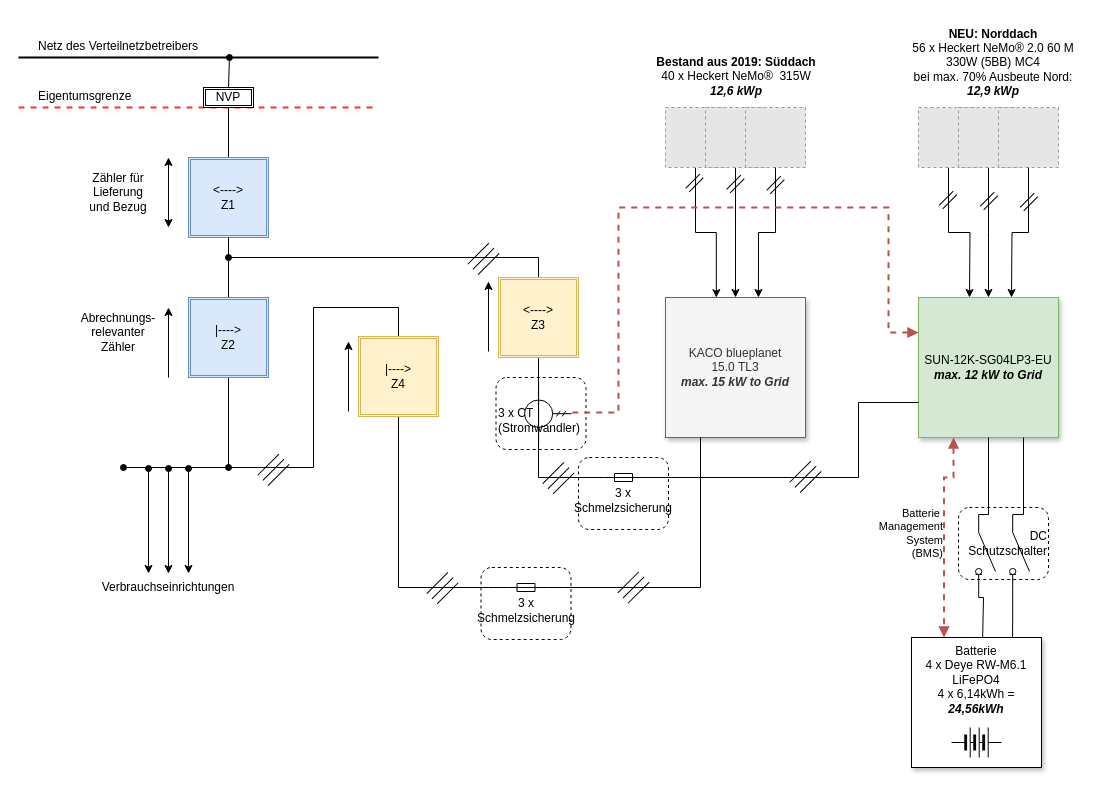
Before: page "MK40" (2 of 2) of planung/images/pv-autark.drawio in rainerth/energetischesanierung, a draw.io diagram. Source tidied: cells renumbered, new cells numbered last; positions are measured from the earlier drawing's top-left corner, leaving out a move shared by most shapes. Both pictures are drawn from the tidied source at 100%, with x=0, y=0 at pixel (88, -123). Pictures stored in the file or linked from it are replaced by grey dashed boxes.
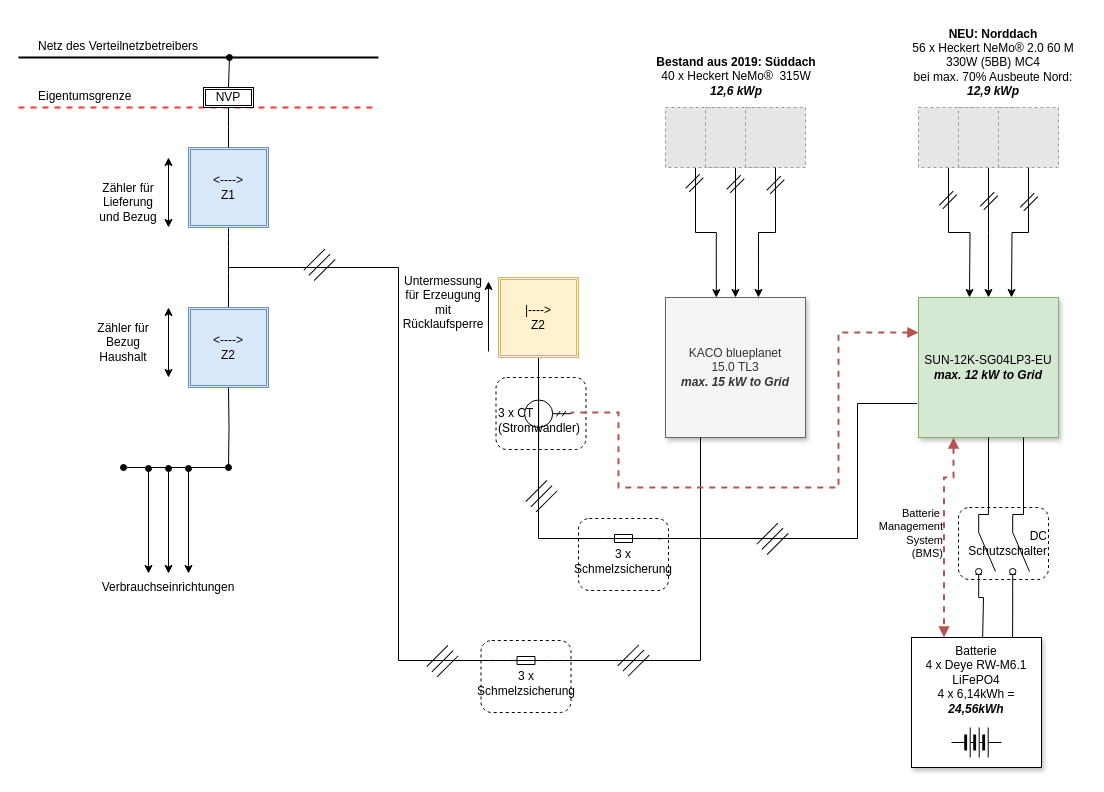
After the change.

The change refers to these unchanged cells:
```xml
<mxCell id="36" value="&lt;div&gt;SUN-12K-SG04LP3-EU&lt;/div&gt;&lt;div&gt;&lt;i&gt;&lt;b&gt;max. 12 kW to Grid &lt;/b&gt;&lt;/i&gt;&lt;br&gt;&lt;/div&gt;" style="whiteSpace=wrap;html=1;shadow=1;fillColor=#d5e8d4;strokeColor=#82b366;" parent="34" vertex="1">
  <mxGeometry x="830" y="420" width="140" height="140" as="geometry" />
</mxCell>
<mxCell id="54" style="verticalLabelPosition=bottom;shadow=0;dashed=0;align=center;html=1;verticalAlign=top;shape=mxgraph.electrical.inductors.current_transformer_2;direction=east;" parent="34" vertex="1">
  <mxGeometry x="436" y="504.2" width="47" height="64" as="geometry" />
</mxCell>
```

The edit, as a diff of the source:
```diff
@@
+    <mxCell id="79" value="Zähler für Lieferung und Bezug" style="text;html=1;align=center;verticalAlign=middle;whiteSpace=wrap;rounded=0;" parent="1" vertex="1">
+      <mxGeometry x="10" y="310" width="60" height="30" as="geometry" />
+    </mxCell>
+    <mxCell id="80" value="Zähler für Bezug Haushalt" style="text;html=1;align=center;verticalAlign=middle;whiteSpace=wrap;rounded=0;" parent="1" vertex="1">
+      <mxGeometry y="440" width="70" height="50" as="geometry" />
+    </mxCell>
+    <mxCell id="81" style="edgeStyle=none;curved=1;rounded=0;jettySize=auto;html=1;exitX=0.5;exitY=1;exitDx=0;exitDy=0;fontSize=12;startSize=8;endSize=8;endArrow=none;endFill=0;" parent="1" edge="1" source="82" target="58">
+      <mxGeometry relative="1" as="geometry" />
+    </mxCell>
+    <mxCell id="82" value="&lt;div&gt;&amp;lt;----&amp;gt;&lt;br&gt;&lt;/div&gt;&lt;div&gt;Z1&lt;/div&gt;" style="shape=ext;double=1;whiteSpace=wrap;html=1;fillColor=#dae8fc;strokeColor=#6c8ebf;" parent="1" vertex="1">
+      <mxGeometry x="100" y="270" width="80" height="80" as="geometry" />
+    </mxCell>
+    <mxCell id="83" style="endArrow=classic;startArrow=classic;html=1;rounded=0;" parent="1" edge="1">
+      <mxGeometry relative="1" as="geometry">
+        <mxPoint x="80" y="500" as="sourcePoint" />
+        <mxPoint x="80" y="430" as="targetPoint" />
+      </mxGeometry>
+    </mxCell>
@@
-    <mxCell id="7" value="Zähler für Lieferung und Bezug" style="text;html=1;align=center;verticalAlign=middle;whiteSpace=wrap;rounded=0;" parent="6" vertex="1">
-      <mxGeometry y="300" width="60" height="30" as="geometry" />
+    <mxCell id="7" value="Untermessung für Erzeugung mit Rücklaufsperre" style="text;html=1;align=center;verticalAlign=middle;whiteSpace=wrap;rounded=0;" parent="6" vertex="1">
+      <mxGeometry x="320" y="400" width="70" height="50" as="geometry" />
     </mxCell>
-    <mxCell id="8" value="Abrechnungs-relevanter Zähler" style="text;html=1;align=center;verticalAlign=middle;whiteSpace=wrap;rounded=0;" parent="6" vertex="1">
-      <mxGeometry y="440" width="60" height="30" as="geometry" />
-    </mxCell>
@@
     <mxCell id="10" value="&lt;div&gt;&lt;br&gt;&lt;/div&gt;&lt;div&gt;3 x Schmelzsicherung&lt;/div&gt;" style="rounded=1;whiteSpace=wrap;html=1;dashed=1;" parent="9" vertex="1">
-      <mxGeometry x="392.5" y="690" width="90" height="72" as="geometry" />
+      <mxGeometry x="392.5" y="763" width="90" height="72" as="geometry" />
     </mxCell>
@@
     <mxCell id="12" style="edgeStyle=orthogonalEdgeStyle;rounded=0;jettySize=auto;html=1;exitX=0.25;exitY=1;exitDx=0;exitDy=0;entryX=1;entryY=0.8;entryDx=0;entryDy=0;endArrow=none;endFill=0;" parent="9" edge="1" target="19">
       <mxGeometry relative="1" as="geometry">
         <mxPoint x="612" y="560" as="sourcePoint" />
         <Array as="points">
-          <mxPoint x="612" y="710" />
-          <mxPoint x="475" y="710" />
+          <mxPoint x="612" y="783" />
         </Array>
       </mxGeometry>
     </mxCell>
-    <mxCell id="13" style="edgeStyle=orthogonalEdgeStyle;rounded=0;jettySize=auto;html=1;exitX=0.5;exitY=0;exitDx=0;exitDy=0;entryX=0.5;entryY=1;entryDx=0;entryDy=0;endArrow=none;endFill=0;" parent="9" edge="1" source="63">
-      <mxGeometry relative="1" as="geometry">
-        <mxPoint x="140" y="500" as="targetPoint" />
-        <Array as="points">
-          <mxPoint x="310" y="430" />
-          <mxPoint x="225" y="430" />
-          <mxPoint x="225" y="590" />
-          <mxPoint x="140" y="590" />
-        </Array>
-      </mxGeometry>
-    </mxCell>
@@
     <mxCell id="19" style="html=1;shape=mxgraph.electrical.electro-mechanical.fuse2;elSwitchState=on;" parent="9" vertex="1">
-      <mxGeometry x="400" y="694" width="75" height="20" as="geometry" />
+      <mxGeometry x="400" y="767" width="75" height="20" as="geometry" />
     </mxCell>
-    <mxCell id="20" style="edgeStyle=orthogonalEdgeStyle;rounded=0;jettySize=auto;html=1;exitX=0.5;exitY=1;exitDx=0;exitDy=0;entryX=0;entryY=0.8;entryDx=0;entryDy=0;endArrow=none;endFill=0;" parent="9" edge="1" source="63" target="19">
+    <mxCell id="20" style="edgeStyle=orthogonalEdgeStyle;rounded=0;jettySize=auto;html=1;entryX=0;entryY=0.8;entryDx=0;entryDy=0;endArrow=none;endFill=0;" parent="9" edge="1" target="19">
       <mxGeometry relative="1" as="geometry">
+        <mxPoint x="140" y="390" as="sourcePoint" />
         <Array as="points">
-          <mxPoint x="310" y="710" />
-          <mxPoint x="400" y="710" />
+          <mxPoint x="310" y="783" />
         </Array>
       </mxGeometry>
     </mxCell>
     <mxCell id="21" style="verticalLabelPosition=bottom;shadow=0;dashed=0;align=center;html=1;verticalAlign=top;shape=mxgraph.electrical.transmission.3_line_bus;rotation=-45;" parent="9" vertex="1">
-      <mxGeometry x="530" y="702.7" width="30" height="14.6" as="geometry" />
+      <mxGeometry x="530" y="775.7" width="30" height="14.6" as="geometry" />
     </mxCell>
     <mxCell id="22" style="verticalLabelPosition=bottom;shadow=0;dashed=0;align=center;html=1;verticalAlign=top;shape=mxgraph.electrical.transmission.3_line_bus;rotation=-45;" parent="9" vertex="1">
-      <mxGeometry x="339" y="703.4" width="30" height="14.6" as="geometry" />
+      <mxGeometry x="339" y="776.4" width="30" height="14.6" as="geometry" />
     </mxCell>
     <mxCell id="23" style="verticalLabelPosition=bottom;shadow=0;dashed=0;align=center;html=1;verticalAlign=top;shape=mxgraph.electrical.transmission.3_line_bus;rotation=-45;" parent="9" vertex="1">
-      <mxGeometry x="170" y="585" width="30" height="14.6" as="geometry" />
+      <mxGeometry x="216" y="380" width="30" height="14.6" as="geometry" />
     </mxCell>
@@
     <mxCell id="47" value="&lt;div&gt;&lt;br&gt;&lt;/div&gt;&lt;div&gt;3 x Schmelzsicherung&lt;/div&gt;" style="rounded=1;whiteSpace=wrap;html=1;dashed=1;" parent="34" vertex="1">
-      <mxGeometry x="490" y="580" width="90" height="72" as="geometry" />
+      <mxGeometry x="490" y="641" width="90" height="72" as="geometry" />
     </mxCell>
-    <mxCell id="48" style="edgeStyle=orthogonalEdgeStyle;rounded=0;jettySize=auto;html=1;exitX=1;exitY=0.8;exitDx=0;exitDy=0;entryX=0;entryY=0.75;entryDx=0;entryDy=0;endArrow=none;endFill=0;" parent="34" edge="1" source="50" target="36">
+    <mxCell id="48" style="edgeStyle=orthogonalEdgeStyle;rounded=0;orthogonalLoop=1;jettySize=auto;html=1;exitX=1;exitY=0.8;exitDx=0;exitDy=0;entryX=0;entryY=0.75;entryDx=0;entryDy=0;endArrow=none;endFill=0;" parent="34" edge="1">
       <mxGeometry relative="1" as="geometry">
+        <mxPoint x="571" y="662" as="sourcePoint" />
+        <mxPoint x="828.5" y="526" as="targetPoint" />
         <Array as="points">
-          <mxPoint x="770" y="600" />
-          <mxPoint x="770" y="525" />
+          <mxPoint x="571" y="661" />
+          <mxPoint x="769" y="661" />
+          <mxPoint x="769" y="526" />
         </Array>
       </mxGeometry>
     </mxCell>
@@
     <mxCell id="50" style="html=1;shape=mxgraph.electrical.electro-mechanical.fuse2;elSwitchState=on;" parent="34" vertex="1">
-      <mxGeometry x="497.5" y="584" width="75" height="20" as="geometry" />
+      <mxGeometry x="497.5" y="645" width="75" height="20" as="geometry" />
     </mxCell>
     <mxCell id="51" style="verticalLabelPosition=bottom;shadow=0;dashed=0;align=center;html=1;verticalAlign=top;shape=mxgraph.electrical.transmission.3_line_bus;rotation=-45;" parent="34" vertex="1">
-      <mxGeometry x="702" y="592" width="30" height="14.6" as="geometry" />
+      <mxGeometry x="669" y="654" width="30" height="14.6" as="geometry" />
     </mxCell>
     <mxCell id="52" style="verticalLabelPosition=bottom;shadow=0;dashed=0;align=center;html=1;verticalAlign=top;shape=mxgraph.electrical.transmission.3_line_bus;rotation=-45;" parent="34" vertex="1">
-      <mxGeometry x="455" y="593.4" width="30" height="14.6" as="geometry" />
+      <mxGeometry x="438" y="611.4" width="30" height="14.6" as="geometry" />
     </mxCell>
-    <mxCell id="53" style="verticalLabelPosition=bottom;shadow=0;dashed=0;align=center;html=1;verticalAlign=top;shape=mxgraph.electrical.transmission.3_line_bus;rotation=-45;" parent="34" vertex="1">
-      <mxGeometry x="380" y="374" width="30" height="14.6" as="geometry" />
-    </mxCell>
@@
     <mxCell id="55" style="endArrow=none;html=1;rounded=0;entryX=0.979;entryY=0.482;entryDx=0;entryDy=0;entryPerimeter=0;exitX=0;exitY=0.25;exitDx=0;exitDy=0;fillColor=#f8cecc;strokeColor=#b85450;strokeWidth=2;dashed=1;endFill=0;startArrow=block;startFill=1;" parent="34" edge="1" source="36" target="54">
       <mxGeometry relative="1" as="geometry">
         <Array as="points">
-          <mxPoint x="800" y="455" />
-          <mxPoint x="800" y="330" />
-          <mxPoint x="530" y="330" />
+          <mxPoint x="750" y="455" />
+          <mxPoint x="750" y="610" />
+          <mxPoint x="650" y="610" />
+          <mxPoint x="530" y="610" />
           <mxPoint x="530" y="535" />
         </Array>
       </mxGeometry>
     </mxCell>
@@
-    <mxCell id="57" style="edgeStyle=orthogonalEdgeStyle;rounded=0;jettySize=auto;html=1;endArrow=none;endFill=0;" parent="56" edge="1" source="58">
+    <mxCell id="57" style="edgeStyle=orthogonalEdgeStyle;rounded=0;jettySize=auto;html=1;endArrow=none;endFill=0;exitX=0.5;exitY=0;exitDx=0;exitDy=0;" parent="56" edge="1" source="82">
       <mxGeometry relative="1" as="geometry">
         <mxPoint x="140" y="230" as="targetPoint" />
       </mxGeometry>
     </mxCell>
-    <mxCell id="58" value="&lt;div&gt;&amp;lt;----&amp;gt;&lt;br&gt;&lt;/div&gt;&lt;div&gt;Z1&lt;/div&gt;" style="shape=ext;double=1;whiteSpace=wrap;html=1;fillColor=#dae8fc;strokeColor=#6c8ebf;" parent="56" vertex="1">
-      <mxGeometry x="100" y="280" width="80" height="80" as="geometry" />
+    <mxCell id="58" value="&lt;div&gt;&amp;lt;----&amp;gt;&lt;br&gt;&lt;/div&gt;&lt;div&gt;Z2&lt;/div&gt;" style="shape=ext;double=1;whiteSpace=wrap;html=1;fillColor=#dae8fc;strokeColor=#6c8ebf;" parent="56" vertex="1">
+      <mxGeometry x="100" y="430" width="80" height="80" as="geometry" />
     </mxCell>
-    <mxCell id="59" style="edgeStyle=orthogonalEdgeStyle;rounded=0;jettySize=auto;html=1;endArrow=none;endFill=0;" parent="56" edge="1" source="60" target="58">
-      <mxGeometry relative="1" as="geometry" />
+    <mxCell id="59" style="edgeStyle=orthogonalEdgeStyle;rounded=0;jettySize=auto;html=1;endArrow=none;endFill=0;" parent="56" edge="1" target="58">
+      <mxGeometry relative="1" as="geometry">
+        <mxPoint x="140" y="590" as="sourcePoint" />
+      </mxGeometry>
     </mxCell>
-    <mxCell id="60" value="&lt;div&gt;|----&amp;gt;&lt;br&gt;&lt;/div&gt;&lt;div&gt;Z2&lt;/div&gt;" style="shape=ext;double=1;whiteSpace=wrap;html=1;fillColor=#dae8fc;strokeColor=#6c8ebf;" parent="56" vertex="1">
-      <mxGeometry x="100" y="420" width="80" height="80" as="geometry" />
-    </mxCell>
@@
-    <mxCell id="62" style="endArrow=classic;startArrow=none;html=1;rounded=0;startFill=0;" parent="56" edge="1">
-      <mxGeometry relative="1" as="geometry">
-        <mxPoint x="80" y="500" as="sourcePoint" />
-        <mxPoint x="80" y="430" as="targetPoint" />
-      </mxGeometry>
-    </mxCell>
-    <mxCell id="63" value="&lt;div&gt;|----&amp;gt;&lt;br&gt;&lt;/div&gt;&lt;div&gt;Z4&lt;/div&gt;" style="shape=ext;double=1;whiteSpace=wrap;html=1;fillColor=#fff2cc;strokeColor=#d6b656;" parent="56" vertex="1">
-      <mxGeometry x="270" y="459" width="80" height="80" as="geometry" />
-    </mxCell>
-    <mxCell id="64" style="endArrow=classic;startArrow=none;html=1;rounded=0;startFill=0;" parent="56" edge="1">
-      <mxGeometry relative="1" as="geometry">
-        <mxPoint x="260" y="534" as="sourcePoint" />
-        <mxPoint x="260" y="464" as="targetPoint" />
-      </mxGeometry>
-    </mxCell>
-    <mxCell id="65" style="edgeStyle=orthogonalEdgeStyle;rounded=0;jettySize=auto;html=1;exitX=0.5;exitY=0;exitDx=0;exitDy=0;endArrow=oval;endFill=1;" parent="56" edge="1" source="66">
-      <mxGeometry relative="1" as="geometry">
-        <mxPoint x="140" y="380" as="targetPoint" />
-        <Array as="points">
-          <mxPoint x="450" y="380" />
-        </Array>
-      </mxGeometry>
-    </mxCell>
-    <mxCell id="66" value="&amp;lt;----&amp;gt;&lt;br&gt;&lt;div&gt;Z3&lt;/div&gt;" style="shape=ext;double=1;whiteSpace=wrap;html=1;fillColor=#fff2cc;strokeColor=#d6b656;" parent="56" vertex="1">
+    <mxCell id="66" value="|----&amp;gt;&lt;br&gt;&lt;div&gt;Z2&lt;/div&gt;" style="shape=ext;double=1;whiteSpace=wrap;html=1;fillColor=#fff2cc;strokeColor=#d6b656;" parent="56" vertex="1">
       <mxGeometry x="410" y="400" width="80" height="80" as="geometry" />
     </mxCell>
```
